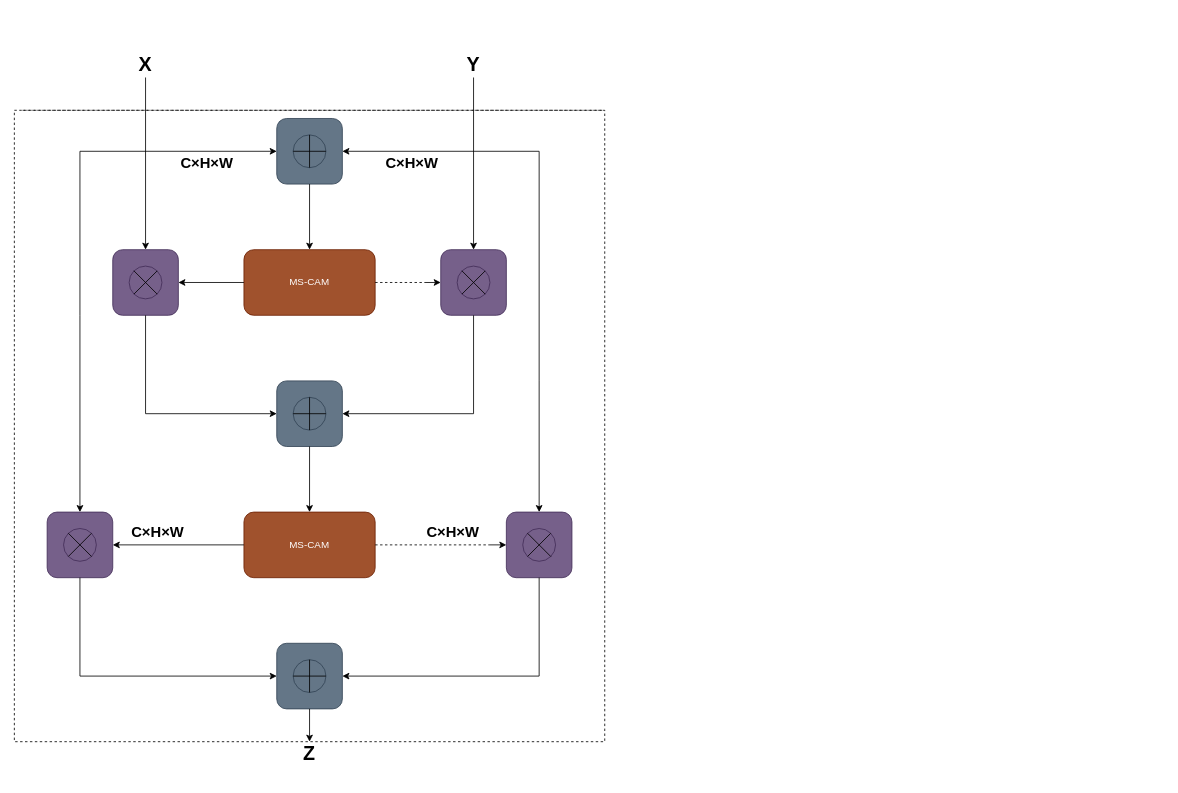
lgq622/long keeps this draw.io diagram as iAFF.drawio. Above is the earlier version. Source tidied: cells renumbered, new cells numbered last; positions are measured from the earlier drawing's top-left corner, leaving out a move shared by most shapes. Both pictures are drawn from the tidied source at 82%, with x=0, y=0 at pixel (14, 52).
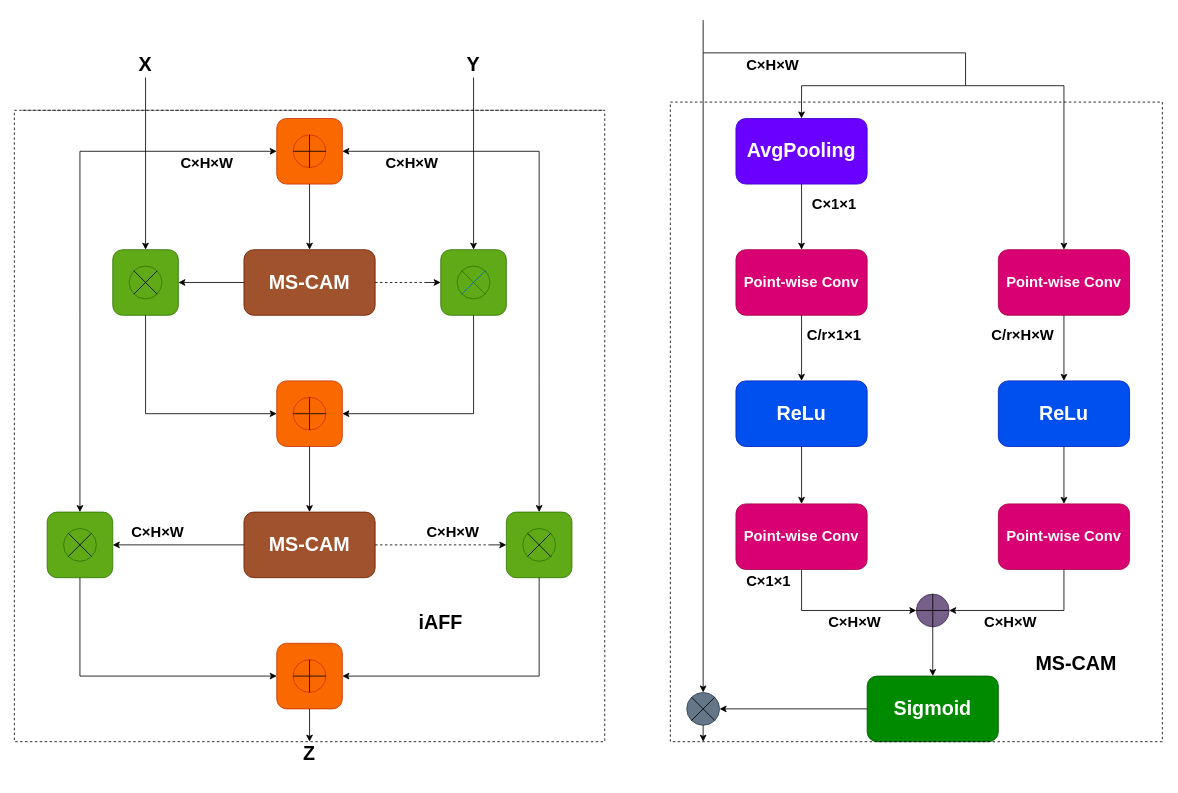
Above is the later version.

Change to the diagram source:
```diff
@@
-    <mxCell id="2" style="rounded=1;whiteSpace=wrap;html=1;fillColor=#647687;fontColor=#ffffff;strokeColor=#314354;" parent="1" vertex="1">
+    <mxCell id="2" style="rounded=1;whiteSpace=wrap;html=1;fillColor=#fa6800;fontColor=#000000;strokeColor=#C73500;" parent="1" vertex="1">
       <mxGeometry x="320" y="80" width="80" height="80" as="geometry" />
     </mxCell>
-    <mxCell id="3" style="ellipse;whiteSpace=wrap;html=1;fillColor=#647687;fontColor=#ffffff;strokeColor=#314354;" parent="1" vertex="1">
+    <mxCell id="3" style="ellipse;whiteSpace=wrap;html=1;fillColor=#fa6800;fontColor=#000000;strokeColor=#C73500;" parent="1" vertex="1">
       <mxGeometry x="340" y="100" width="40" height="40" as="geometry" />
     </mxCell>
@@
-    <mxCell id="6" style="rounded=1;whiteSpace=wrap;html=1;fillColor=#76608a;fontColor=#ffffff;strokeColor=#432D57;" parent="1" vertex="1">
+    <mxCell id="6" style="rounded=1;whiteSpace=wrap;html=1;fillColor=#60a917;fontColor=#ffffff;strokeColor=#2D7600;" parent="1" vertex="1">
       <mxGeometry x="520" y="240" width="80" height="80" as="geometry" />
     </mxCell>
-    <mxCell id="7" value="MS-CAM" style="rounded=1;whiteSpace=wrap;html=1;fillColor=#a0522d;fontColor=#ffffff;strokeColor=#6D1F00;" parent="1" vertex="1">
+    <mxCell id="7" value="&lt;h1&gt;MS-CAM&lt;/h1&gt;" style="rounded=1;whiteSpace=wrap;html=1;fillColor=#a0522d;fontColor=#ffffff;strokeColor=#6D1F00;" parent="1" vertex="1">
       <mxGeometry x="280" y="240" width="160" height="80" as="geometry" />
     </mxCell>
@@
-    <mxCell id="9" style="ellipse;whiteSpace=wrap;html=1;fillColor=#76608a;fontColor=#ffffff;strokeColor=#432D57;" parent="1" vertex="1">
+    <mxCell id="9" style="ellipse;whiteSpace=wrap;html=1;fillColor=#60a917;fontColor=#ffffff;strokeColor=#2D7600;" parent="1" vertex="1">
       <mxGeometry x="540" y="260" width="40" height="40" as="geometry" />
     </mxCell>
-    <mxCell id="10" style="endArrow=none;html=1;rounded=0;entryX=0;entryY=0;entryDx=0;entryDy=0;exitX=1;exitY=1;exitDx=0;exitDy=0;" parent="1" edge="1" source="9" target="9">
+    <mxCell id="10" style="endArrow=none;html=1;rounded=0;entryX=0;entryY=0;entryDx=0;entryDy=0;exitX=1;exitY=1;exitDx=0;exitDy=0;fillColor=#60a917;strokeColor=#2D7600;" parent="1" edge="1" source="9" target="9">
       <mxGeometry relative="1" as="geometry" />
     </mxCell>
-    <mxCell id="11" style="endArrow=none;html=1;rounded=0;exitX=1;exitY=0;exitDx=0;exitDy=0;entryX=0;entryY=1;entryDx=0;entryDy=0;" parent="1" edge="1" source="9" target="9">
+    <mxCell id="11" style="endArrow=none;html=1;rounded=0;exitX=1;exitY=0;exitDx=0;exitDy=0;entryX=0;entryY=1;entryDx=0;entryDy=0;fillColor=#1ba1e2;strokeColor=#006EAF;" parent="1" edge="1" source="9" target="9">
       <mxGeometry relative="1" as="geometry" />
     </mxCell>
@@
-    <mxCell id="13" style="rounded=1;whiteSpace=wrap;html=1;fillColor=#76608a;fontColor=#ffffff;strokeColor=#432D57;" parent="1" vertex="1">
+    <mxCell id="13" style="rounded=1;whiteSpace=wrap;html=1;fillColor=#60a917;fontColor=#ffffff;strokeColor=#2D7600;" parent="1" vertex="1">
       <mxGeometry x="600" y="560" width="80" height="80" as="geometry" />
     </mxCell>
-    <mxCell id="14" value="MS-CAM" style="rounded=1;whiteSpace=wrap;html=1;fillColor=#a0522d;fontColor=#ffffff;strokeColor=#6D1F00;" parent="1" vertex="1">
+    <mxCell id="14" value="&lt;h1&gt;MS-CAM&lt;/h1&gt;" style="rounded=1;whiteSpace=wrap;html=1;fillColor=#a0522d;fontColor=#ffffff;strokeColor=#6D1F00;" parent="1" vertex="1">
       <mxGeometry x="280" y="560" width="160" height="80" as="geometry" />
     </mxCell>
@@
-    <mxCell id="16" style="ellipse;whiteSpace=wrap;html=1;fillColor=#76608a;fontColor=#ffffff;strokeColor=#432D57;" parent="1" vertex="1">
+    <mxCell id="16" style="ellipse;whiteSpace=wrap;html=1;fillColor=#60a917;fontColor=#ffffff;strokeColor=#2D7600;" parent="1" vertex="1">
       <mxGeometry x="620" y="580" width="40" height="40" as="geometry" />
     </mxCell>
@@
-    <mxCell id="19" style="rounded=1;whiteSpace=wrap;html=1;fillColor=#647687;fontColor=#ffffff;strokeColor=#314354;" parent="1" vertex="1">
+    <mxCell id="19" style="rounded=1;whiteSpace=wrap;html=1;fillColor=#fa6800;fontColor=#000000;strokeColor=#C73500;" parent="1" vertex="1">
       <mxGeometry x="320" y="400" width="80" height="80" as="geometry" />
     </mxCell>
-    <mxCell id="20" style="ellipse;whiteSpace=wrap;html=1;fillColor=#647687;fontColor=#ffffff;strokeColor=#314354;" parent="1" vertex="1">
+    <mxCell id="20" style="ellipse;whiteSpace=wrap;html=1;fillColor=#fa6800;fontColor=#000000;strokeColor=#C73500;" parent="1" vertex="1">
       <mxGeometry x="340" y="420" width="40" height="40" as="geometry" />
     </mxCell>
@@
-    <mxCell id="23" style="rounded=1;whiteSpace=wrap;html=1;fillColor=#76608a;fontColor=#ffffff;strokeColor=#432D57;" parent="1" vertex="1">
+    <mxCell id="23" style="rounded=1;whiteSpace=wrap;html=1;fillColor=#60a917;fontColor=#ffffff;strokeColor=#2D7600;" parent="1" vertex="1">
       <mxGeometry x="120" y="240" width="80" height="80" as="geometry" />
     </mxCell>
@@
-    <mxCell id="25" style="ellipse;whiteSpace=wrap;html=1;fillColor=#76608a;fontColor=#ffffff;strokeColor=#432D57;" parent="1" vertex="1">
+    <mxCell id="25" style="ellipse;whiteSpace=wrap;html=1;fillColor=#60a917;fontColor=#ffffff;strokeColor=#2D7600;" parent="1" vertex="1">
       <mxGeometry x="140" y="260" width="40" height="40" as="geometry" />
     </mxCell>
@@
-    <mxCell id="28" style="rounded=1;whiteSpace=wrap;html=1;fillColor=#76608a;fontColor=#ffffff;strokeColor=#432D57;" parent="1" vertex="1">
+    <mxCell id="28" style="rounded=1;whiteSpace=wrap;html=1;fillColor=#60a917;fontColor=#ffffff;strokeColor=#2D7600;" parent="1" vertex="1">
       <mxGeometry x="40" y="560" width="80" height="80" as="geometry" />
     </mxCell>
@@
-    <mxCell id="30" style="ellipse;whiteSpace=wrap;html=1;fillColor=#76608a;fontColor=#ffffff;strokeColor=#432D57;" parent="1" vertex="1">
+    <mxCell id="30" style="ellipse;whiteSpace=wrap;html=1;fillColor=#60a917;fontColor=#ffffff;strokeColor=#2D7600;" parent="1" vertex="1">
       <mxGeometry x="60" y="580" width="40" height="40" as="geometry" />
     </mxCell>
@@
-    <mxCell id="38" style="rounded=1;whiteSpace=wrap;html=1;fillColor=#647687;fontColor=#ffffff;strokeColor=#314354;" parent="1" vertex="1">
+    <mxCell id="38" style="rounded=1;whiteSpace=wrap;html=1;fillColor=#fa6800;fontColor=#000000;strokeColor=#C73500;" parent="1" vertex="1">
       <mxGeometry x="320" y="720" width="80" height="80" as="geometry" />
     </mxCell>
-    <mxCell id="39" style="ellipse;whiteSpace=wrap;html=1;fillColor=#647687;fontColor=#ffffff;strokeColor=#314354;" parent="1" vertex="1">
+    <mxCell id="39" style="ellipse;whiteSpace=wrap;html=1;fillColor=#fa6800;fontColor=#000000;strokeColor=#C73500;" parent="1" vertex="1">
       <mxGeometry x="340" y="740" width="40" height="40" as="geometry" />
     </mxCell>
@@
+    <mxCell id="64" value="&lt;h1&gt;AvgPooling&lt;/h1&gt;" style="rounded=1;whiteSpace=wrap;html=1;fillColor=#6a00ff;fontColor=#ffffff;strokeColor=#3700CC;" parent="1" vertex="1">
+      <mxGeometry x="880" y="80" width="160" height="80" as="geometry" />
+    </mxCell>
+    <mxCell id="65" style="edgeStyle=orthogonalEdgeStyle;rounded=0;jettySize=auto;html=1;exitX=0.5;exitY=1;exitDx=0;exitDy=0;entryX=0.5;entryY=0;entryDx=0;entryDy=0;" parent="1" edge="1" source="64" target="66">
+      <mxGeometry relative="1" as="geometry" />
+    </mxCell>
+    <mxCell id="66" value="&lt;h2&gt;Point-wise Conv&lt;/h2&gt;" style="rounded=1;whiteSpace=wrap;html=1;fillColor=#d80073;fontColor=#ffffff;strokeColor=#A50040;" parent="1" vertex="1">
+      <mxGeometry x="880" y="240" width="160" height="80" as="geometry" />
+    </mxCell>
+    <mxCell id="67" value="&lt;h1&gt;ReLu&lt;/h1&gt;" style="rounded=1;whiteSpace=wrap;html=1;fillColor=#0050ef;fontColor=#ffffff;strokeColor=#001DBC;" parent="1" vertex="1">
+      <mxGeometry x="1200" y="400" width="160" height="80" as="geometry" />
+    </mxCell>
+    <mxCell id="68" value="&lt;h1&gt;Sigmoid&lt;/h1&gt;" style="rounded=1;whiteSpace=wrap;html=1;fillColor=#008a00;fontColor=#ffffff;strokeColor=#005700;" parent="1" vertex="1">
+      <mxGeometry x="1040" y="760" width="160" height="80" as="geometry" />
+    </mxCell>
+    <mxCell id="69" value="&lt;h1&gt;ReLu&lt;/h1&gt;" style="rounded=1;whiteSpace=wrap;html=1;fillColor=#0050ef;fontColor=#ffffff;strokeColor=#001DBC;" parent="1" vertex="1">
+      <mxGeometry x="880" y="400" width="160" height="80" as="geometry" />
+    </mxCell>
+    <mxCell id="70" value="&lt;h2&gt;Point-wise Conv&lt;/h2&gt;" style="rounded=1;whiteSpace=wrap;html=1;fillColor=#d80073;fontColor=#ffffff;strokeColor=#A50040;" parent="1" vertex="1">
+      <mxGeometry x="880" y="550" width="160" height="80" as="geometry" />
+    </mxCell>
+    <mxCell id="71" value="&lt;h2&gt;Point-wise Conv&lt;/h2&gt;" style="rounded=1;whiteSpace=wrap;html=1;fillColor=#d80073;fontColor=#ffffff;strokeColor=#A50040;" parent="1" vertex="1">
+      <mxGeometry x="1200" y="240" width="160" height="80" as="geometry" />
+    </mxCell>
+    <mxCell id="72" value="&lt;h2&gt;Point-wise Conv&lt;/h2&gt;" style="rounded=1;whiteSpace=wrap;html=1;fillColor=#d80073;fontColor=#ffffff;strokeColor=#A50040;" parent="1" vertex="1">
+      <mxGeometry x="1200" y="550" width="160" height="80" as="geometry" />
+    </mxCell>
+    <mxCell id="73" style="ellipse;whiteSpace=wrap;html=1;fillColor=#76608a;fontColor=#ffffff;strokeColor=#432D57;" parent="1" vertex="1">
+      <mxGeometry x="1100" y="660" width="40" height="40" as="geometry" />
+    </mxCell>
+    <mxCell id="74" style="ellipse;whiteSpace=wrap;html=1;fillColor=#647687;fontColor=#ffffff;strokeColor=#314354;" parent="1" vertex="1">
+      <mxGeometry x="820" y="780" width="40" height="40" as="geometry" />
+    </mxCell>
+    <mxCell id="75" style="endArrow=none;html=1;rounded=0;exitX=1;exitY=0.5;exitDx=0;exitDy=0;entryX=0;entryY=0.5;entryDx=0;entryDy=0;" parent="1" edge="1" source="73" target="73">
+      <mxGeometry relative="1" as="geometry" />
+    </mxCell>
+    <mxCell id="76" style="endArrow=none;html=1;rounded=0;entryX=0.5;entryY=0;entryDx=0;entryDy=0;exitX=0.5;exitY=1;exitDx=0;exitDy=0;" parent="1" edge="1" source="73" target="73">
+      <mxGeometry relative="1" as="geometry" />
+    </mxCell>
+    <mxCell id="77" style="endArrow=none;html=1;rounded=0;exitX=0;exitY=0;exitDx=0;exitDy=0;entryX=1;entryY=1;entryDx=0;entryDy=0;" parent="1" edge="1" source="74" target="74">
+      <mxGeometry relative="1" as="geometry" />
+    </mxCell>
+    <mxCell id="78" style="endArrow=none;html=1;rounded=0;entryX=1;entryY=0;entryDx=0;entryDy=0;exitX=0;exitY=1;exitDx=0;exitDy=0;" parent="1" edge="1" source="74" target="74">
+      <mxGeometry relative="1" as="geometry" />
+    </mxCell>
+    <mxCell id="79" style="endArrow=classic;html=1;rounded=0;entryX=0.5;entryY=0;entryDx=0;entryDy=0;" parent="1" edge="1" target="74">
+      <mxGeometry relative="1" as="geometry">
+        <mxPoint x="840" y="-40" as="sourcePoint" />
+      </mxGeometry>
+    </mxCell>
+    <mxCell id="80" style="endArrow=classic;html=1;rounded=0;exitX=0;exitY=0.5;exitDx=0;exitDy=0;entryX=1;entryY=0.5;entryDx=0;entryDy=0;" parent="1" edge="1" source="68" target="74">
+      <mxGeometry relative="1" as="geometry" />
+    </mxCell>
+    <mxCell id="81" style="endArrow=classic;html=1;rounded=0;exitX=0.5;exitY=1;exitDx=0;exitDy=0;" parent="1" edge="1" source="74">
+      <mxGeometry relative="1" as="geometry">
+        <mxPoint x="840" y="840" as="targetPoint" />
+      </mxGeometry>
+    </mxCell>
+    <mxCell id="82" style="endArrow=classic;html=1;rounded=0;exitX=0.5;exitY=1;exitDx=0;exitDy=0;entryX=0.5;entryY=0;entryDx=0;entryDy=0;" parent="1" edge="1" source="73" target="68">
+      <mxGeometry relative="1" as="geometry" />
+    </mxCell>
+    <mxCell id="83" style="endArrow=classic;html=1;rounded=0;exitX=0.5;exitY=1;exitDx=0;exitDy=0;" parent="1" edge="1" source="70">
+      <mxGeometry relative="1" as="geometry">
+        <mxPoint x="1100" y="680" as="targetPoint" />
+        <Array as="points">
+          <mxPoint x="960" y="680" />
+        </Array>
+      </mxGeometry>
+    </mxCell>
+    <mxCell id="84" style="endArrow=classic;html=1;rounded=0;entryX=1;entryY=0.5;entryDx=0;entryDy=0;exitX=0.5;exitY=1;exitDx=0;exitDy=0;" parent="1" edge="1" source="72" target="73">
+      <mxGeometry relative="1" as="geometry">
+        <Array as="points">
+          <mxPoint x="1280" y="680" />
+        </Array>
+      </mxGeometry>
+    </mxCell>
+    <mxCell id="85" style="endArrow=classic;html=1;rounded=0;exitX=0.5;exitY=1;exitDx=0;exitDy=0;" parent="1" edge="1" source="66">
+      <mxGeometry relative="1" as="geometry">
+        <mxPoint x="960" y="400" as="targetPoint" />
+      </mxGeometry>
+    </mxCell>
+    <mxCell id="86" style="endArrow=classic;html=1;rounded=0;entryX=0.5;entryY=0;entryDx=0;entryDy=0;exitX=0.5;exitY=1;exitDx=0;exitDy=0;" parent="1" edge="1" source="69" target="70">
+      <mxGeometry relative="1" as="geometry" />
+    </mxCell>
+    <mxCell id="87" style="endArrow=classic;html=1;rounded=0;entryX=0.5;entryY=0;entryDx=0;entryDy=0;exitX=0.5;exitY=1;exitDx=0;exitDy=0;" parent="1" edge="1" source="71" target="67">
+      <mxGeometry relative="1" as="geometry" />
+    </mxCell>
+    <mxCell id="88" style="endArrow=classic;html=1;rounded=0;entryX=0.5;entryY=0;entryDx=0;entryDy=0;exitX=0.5;exitY=1;exitDx=0;exitDy=0;" parent="1" edge="1" source="67" target="72">
+      <mxGeometry relative="1" as="geometry" />
+    </mxCell>
+    <mxCell id="89" style="endArrow=none;html=1;rounded=0;" parent="1" edge="1">
+      <mxGeometry relative="1" as="geometry">
+        <mxPoint x="1160" y="40" as="sourcePoint" />
+        <mxPoint x="840" as="targetPoint" />
+        <Array as="points">
+          <mxPoint x="1160" />
+        </Array>
+      </mxGeometry>
+    </mxCell>
+    <mxCell id="90" style="endArrow=classic;startArrow=classic;html=1;rounded=0;entryX=0.5;entryY=0;entryDx=0;entryDy=0;exitX=0.5;exitY=0;exitDx=0;exitDy=0;" parent="1" edge="1" source="71" target="64">
+      <mxGeometry relative="1" as="geometry">
+        <Array as="points">
+          <mxPoint x="1280" y="40" />
+          <mxPoint x="1160" y="40" />
+          <mxPoint x="960" y="40" />
+        </Array>
+      </mxGeometry>
+    </mxCell>
+    <mxCell id="91" value="&lt;h1&gt;iAFF&lt;/h1&gt;" style="text;html=1;align=center;verticalAlign=middle;whiteSpace=wrap;rounded=0;" parent="1" vertex="1">
+      <mxGeometry x="490" y="680" width="60" height="30" as="geometry" />
+    </mxCell>
+    <mxCell id="92" style="endArrow=none;dashed=1;html=1;rounded=0;" parent="1" edge="1">
+      <mxGeometry relative="1" as="geometry">
+        <mxPoint x="1400" y="60" as="sourcePoint" />
+        <mxPoint x="800" y="60" as="targetPoint" />
+        <Array as="points">
+          <mxPoint x="1400" y="840" />
+          <mxPoint x="800" y="840" />
+        </Array>
+      </mxGeometry>
+    </mxCell>
+    <mxCell id="93" style="endArrow=none;dashed=1;html=1;rounded=0;" parent="1" edge="1">
+      <mxGeometry relative="1" as="geometry">
+        <mxPoint x="800" y="60" as="sourcePoint" />
+        <mxPoint x="1400" y="60" as="targetPoint" />
+      </mxGeometry>
+    </mxCell>
+    <mxCell id="94" value="&lt;h2&gt;C×H×W&lt;/h2&gt;" style="text;html=1;align=center;verticalAlign=middle;whiteSpace=wrap;rounded=0;" parent="1" vertex="1">
+      <mxGeometry x="870" width="110" height="30" as="geometry" />
+    </mxCell>
+    <mxCell id="95" value="&lt;h2&gt;C×H×W&lt;/h2&gt;" style="text;html=1;align=center;verticalAlign=middle;whiteSpace=wrap;rounded=0;" parent="1" vertex="1">
+      <mxGeometry x="1160" y="680" width="110" height="30" as="geometry" />
+    </mxCell>
+    <mxCell id="96" value="&lt;h2&gt;C×H×W&lt;/h2&gt;" style="text;html=1;align=center;verticalAlign=middle;whiteSpace=wrap;rounded=0;" parent="1" vertex="1">
+      <mxGeometry x="970" y="680" width="110" height="30" as="geometry" />
+    </mxCell>
+    <mxCell id="97" style="edgeStyle=orthogonalEdgeStyle;rounded=0;orthogonalLoop=1;jettySize=auto;html=1;exitX=0.5;exitY=1;exitDx=0;exitDy=0;" parent="1" edge="1" source="96" target="96">
+      <mxGeometry relative="1" as="geometry" />
+    </mxCell>
+    <mxCell id="98" value="&lt;h2&gt;C×1×1&lt;/h2&gt;" style="text;html=1;align=center;verticalAlign=middle;whiteSpace=wrap;rounded=0;" parent="1" vertex="1">
+      <mxGeometry x="970" y="170" width="60" height="30" as="geometry" />
+    </mxCell>
+    <mxCell id="99" value="&lt;h2&gt;C×1×1&lt;/h2&gt;" style="text;html=1;align=center;verticalAlign=middle;whiteSpace=wrap;rounded=0;" parent="1" vertex="1">
+      <mxGeometry x="890" y="630" width="60" height="30" as="geometry" />
+    </mxCell>
+    <mxCell id="100" value="&lt;h2&gt;C/r×1×1&lt;/h2&gt;" style="text;html=1;align=center;verticalAlign=middle;whiteSpace=wrap;rounded=0;" parent="1" vertex="1">
+      <mxGeometry x="970" y="330" width="60" height="30" as="geometry" />
+    </mxCell>
+    <mxCell id="101" value="&lt;h2&gt;C/r×H×W&lt;/h2&gt;" style="text;html=1;align=center;verticalAlign=middle;whiteSpace=wrap;rounded=0;" parent="1" vertex="1">
+      <mxGeometry x="1200" y="330" width="60" height="30" as="geometry" />
+    </mxCell>
+    <mxCell id="102" value="&lt;h1&gt;MS-CAM&lt;/h1&gt;" style="text;html=1;align=center;verticalAlign=middle;whiteSpace=wrap;rounded=0;" parent="1" vertex="1">
+      <mxGeometry x="1240" y="730" width="110" height="30" as="geometry" />
+    </mxCell>
```
